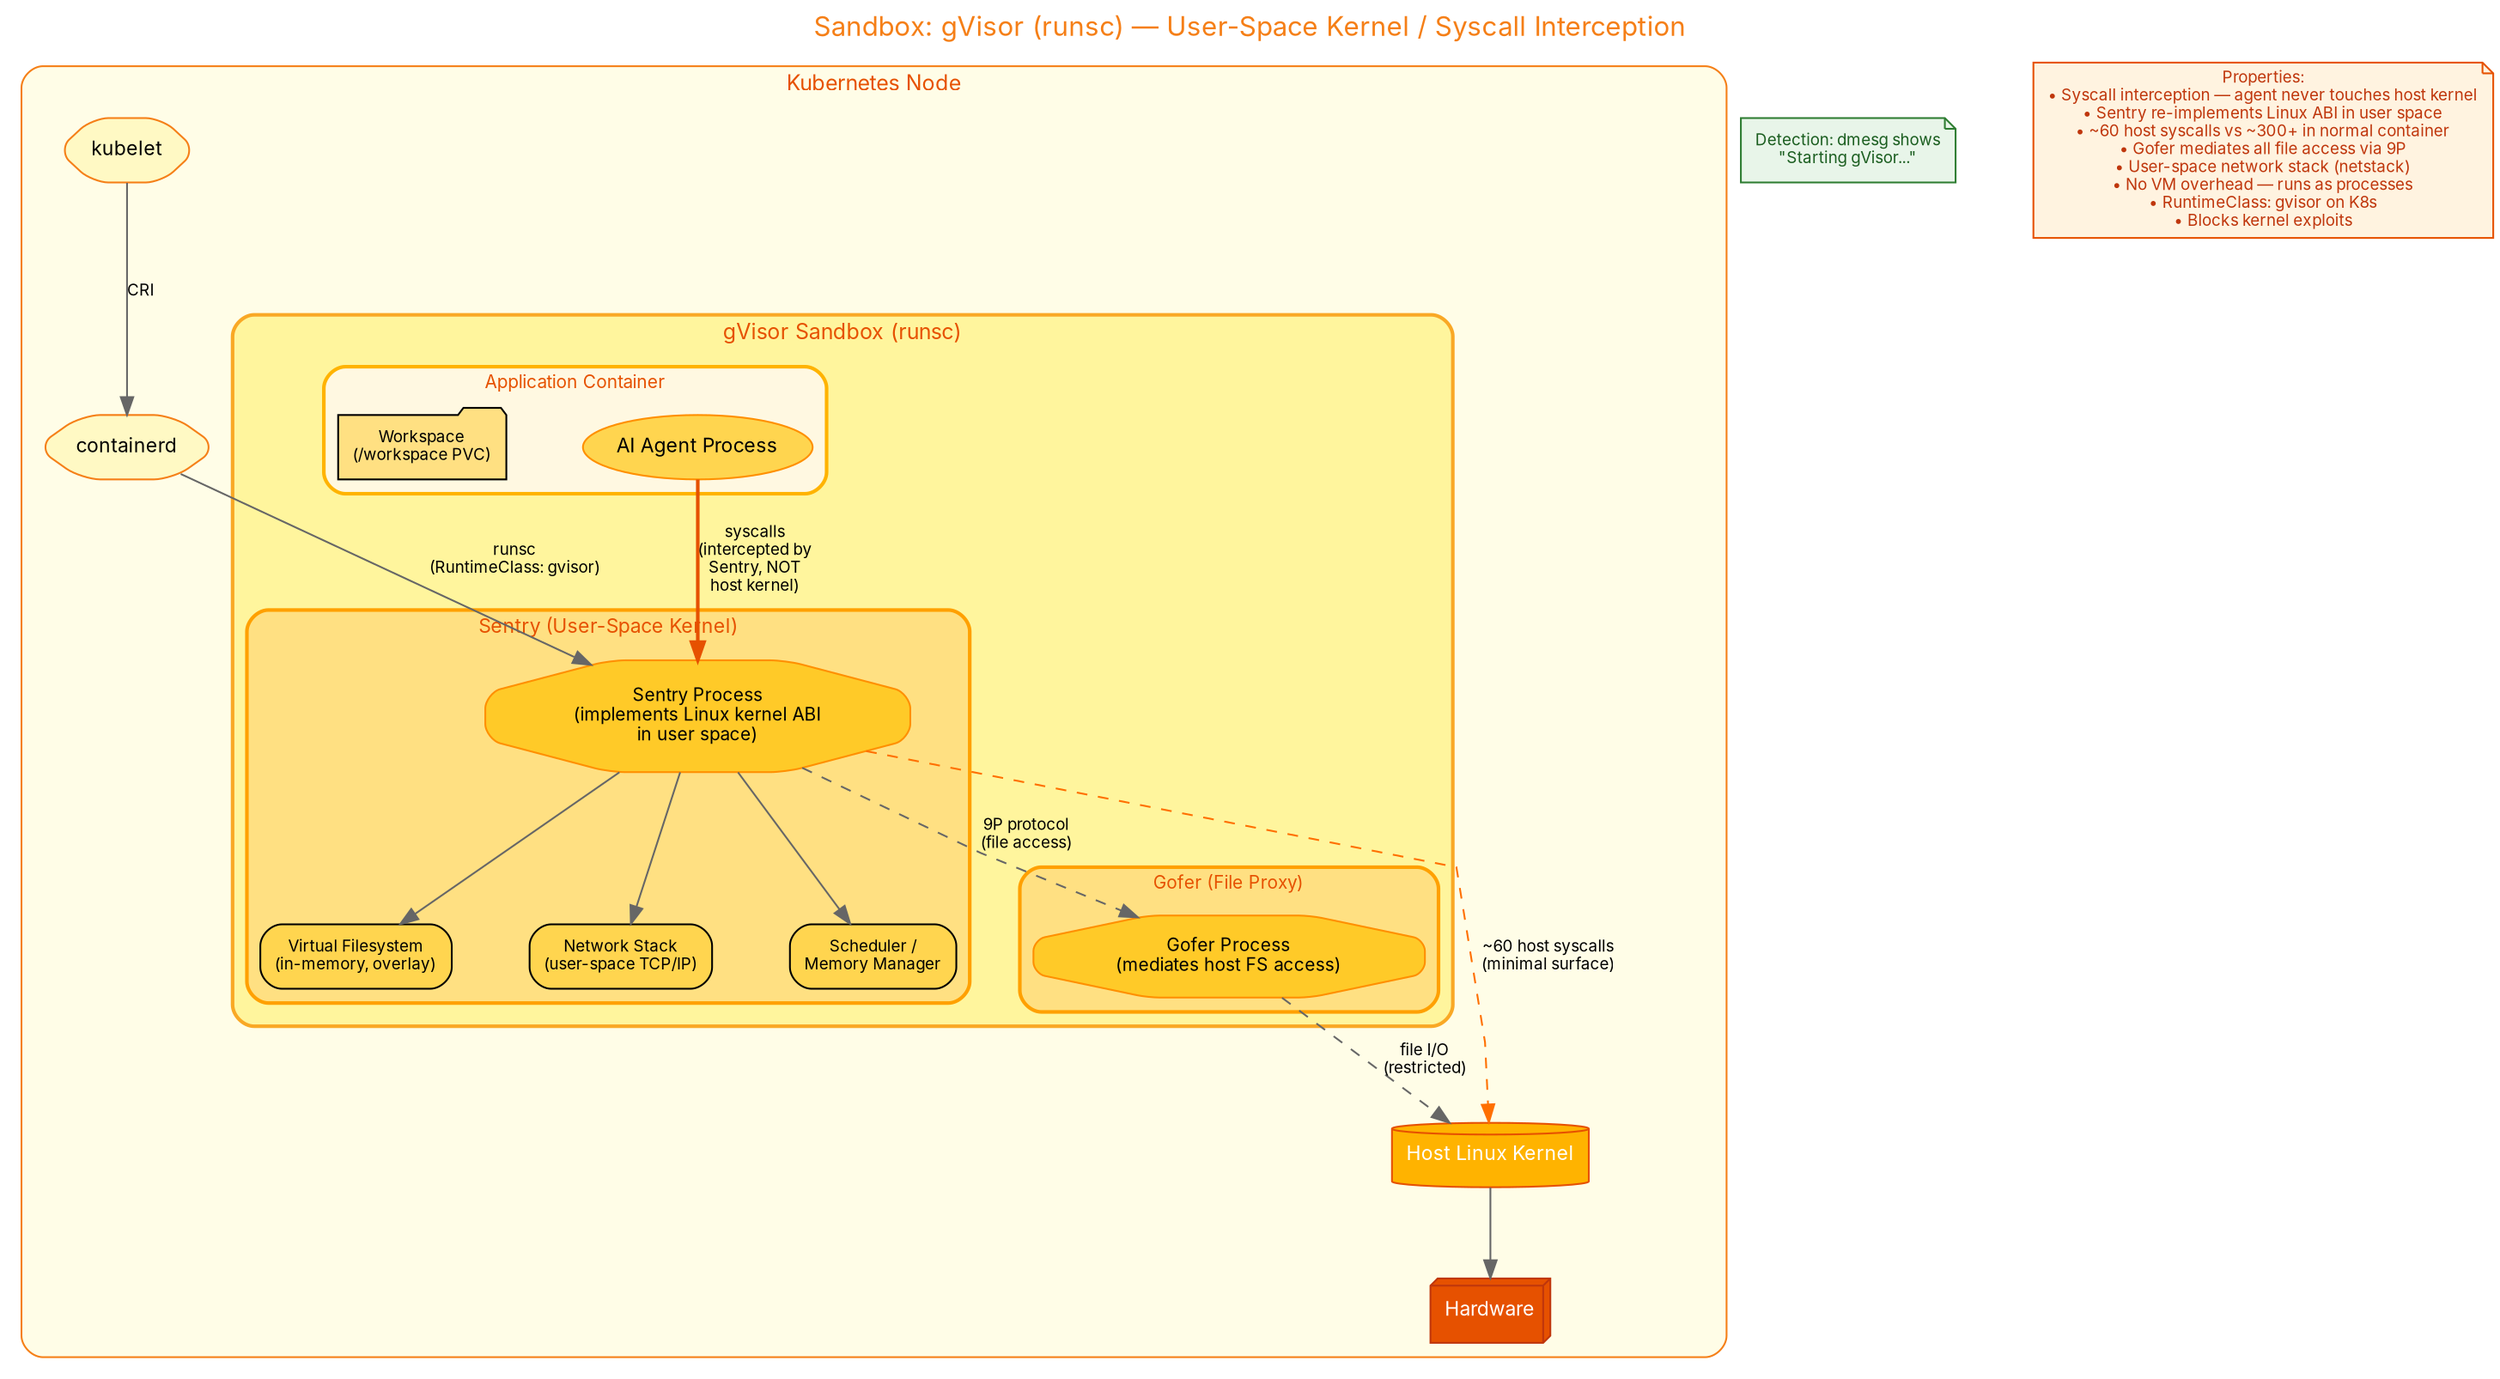
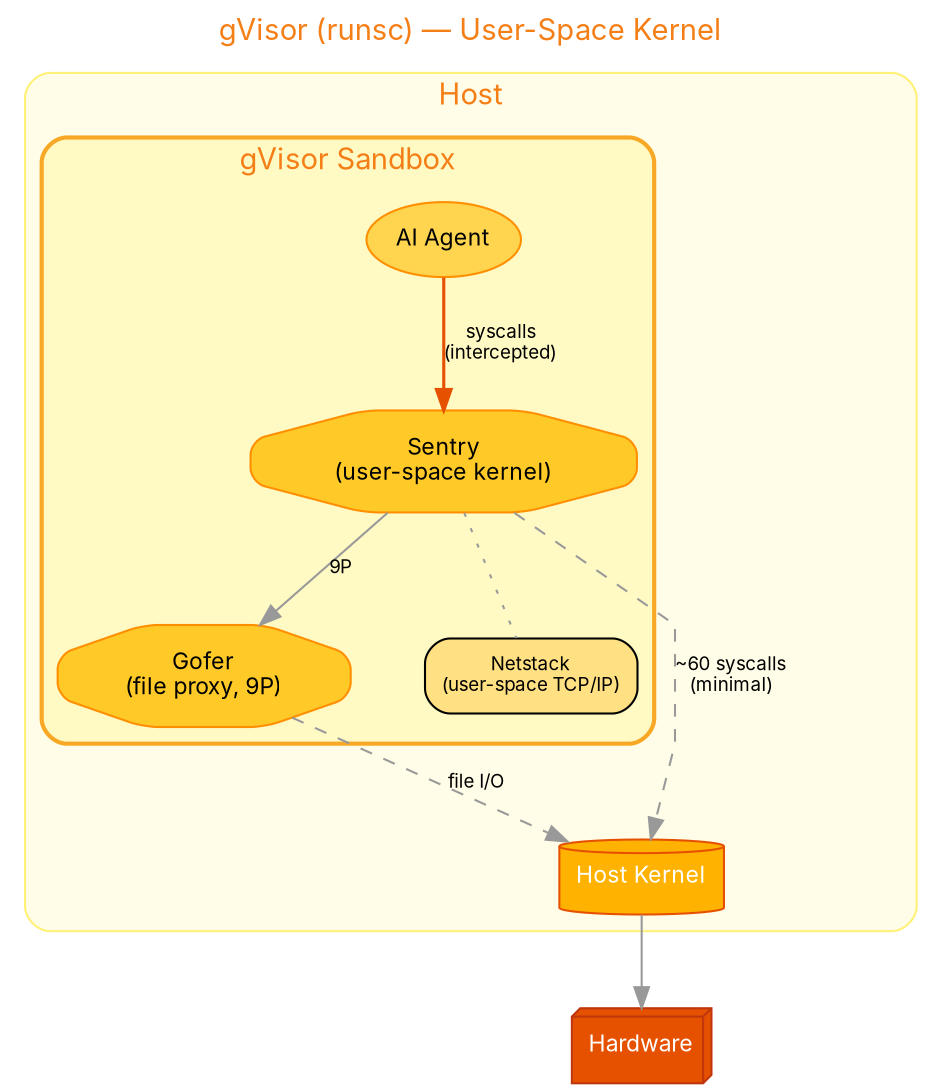
digraph SandboxGVisor {
  rankdir=TB;
-   compound=true;
  splines=polyline;
-   nodesep=0.6;
-   ranksep=0.7;
+   nodesep=0.5;
+   ranksep=0.6;
  bgcolor="white";

  node [shape=box, style="rounded,filled", fontname="Inter,Helvetica,Arial", fontsize=11];
-   edge [fontname="Inter,Helvetica,Arial", fontsize=9, color="#666666"];
+   edge [fontname="Inter,Helvetica,Arial", fontsize=9, color="#999999"];

-   label="Sandbox: gVisor (runsc) — User-Space Kernel / Syscall Interception";
+   label="gVisor (runsc) — User-Space Kernel";
  labelloc=t;
-   fontsize=15;
+   fontsize=14;
  fontname="Inter,Helvetica,Arial";
  fontcolor="#f57f17";

-   subgraph cluster_node {
-     label="Kubernetes Node";
+   subgraph cluster_host {
+     label="Host";
    style="rounded,filled";
    fillcolor="#fffde7";
-     color="#f57f17";
-     fontcolor="#e65100";
-     fontsize=12;
- 
-     kubelet [label="kubelet", fillcolor="#fff9c4", color="#f57f17", shape=hexagon];
-     containerd [label="containerd", fillcolor="#fff9c4", color="#f57f17", shape=hexagon];
+     color="#fff176";

    subgraph cluster_gvisor {
-       label="gVisor Sandbox (runsc)";
+       label="gVisor Sandbox";
      style="rounded,bold,filled";
-       fillcolor="#fff59d";
+       fillcolor="#fff9c4";
      color="#f9a825";
-       fontcolor="#e65100";
-       fontsize=12;
      penwidth=2;

-       subgraph cluster_sentry {
-         label="Sentry (User-Space Kernel)";
-         style="rounded,filled";
-         fillcolor="#ffe082";
-         color="#ffa000";
-         fontcolor="#e65100";
-         fontsize=11;
+       agent [label="AI Agent", fillcolor="#ffd54f", color="#ff8f00", shape=ellipse];

-         sentry [label="Sentry Process\n(implements Linux kernel ABI\nin user space)", fillcolor="#ffca28", color="#ff8f00", shape=octagon, fontsize=10];
-         vfs [label="Virtual Filesystem\n(in-memory, overlay)", fillcolor="#ffd54f", fontsize=9];
-         netstack [label="Network Stack\n(user-space TCP/IP)", fillcolor="#ffd54f", fontsize=9];
-         sched [label="Scheduler /\nMemory Manager", fillcolor="#ffd54f", fontsize=9];
-       }
- 
-       subgraph cluster_gofer {
-         label="Gofer (File Proxy)";
-         style="rounded,filled";
-         fillcolor="#ffe082";
-         color="#ffa000";
-         fontcolor="#e65100";
-         fontsize=10;
- 
-         gofer [label="Gofer Process\n(mediates host FS access)", fillcolor="#ffca28", color="#ff8f00", shape=octagon, fontsize=10];
-       }
- 
-       subgraph cluster_app {
-         label="Application Container";
-         style="rounded,filled";
-         fillcolor="#fff8e1";
-         color="#ffb300";
-         fontsize=10;
- 
-         agent [label="AI Agent Process", fillcolor="#ffd54f", color="#ff8f00", shape=ellipse];
-         workspace [label="Workspace\n(/workspace PVC)", fillcolor="#ffe082", fontsize=9, shape=folder];
-       }
+       sentry [label="Sentry\n(user-space kernel)", fillcolor="#ffca28", color="#ff8f00", shape=octagon];
+       gofer [label="Gofer\n(file proxy, 9P)", fillcolor="#ffca28", color="#ff8f00", shape=octagon];
+       netstack [label="Netstack\n(user-space TCP/IP)", fillcolor="#ffe082", fontsize=9];
    }

-     host_kernel [label="Host Linux Kernel", fillcolor="#ffb300", color="#e65100", fontcolor=white, shape=cylinder];
-     hw [label="Hardware", fillcolor="#e65100", fontcolor=white, color="#bf360c", shape=box3d];
+     host_kernel [label="Host Kernel", fillcolor="#ffb300", color="#e65100", shape=cylinder, fontcolor=white];
  }

-   // K8s flow
-   kubelet -> containerd [label="CRI"];
-   containerd -> sentry [label="runsc\n(RuntimeClass: gvisor)"];
+   hw [label="Hardware", fillcolor="#e65100", fontcolor=white, color="#bf360c", shape=box3d];

-   // Agent syscalls go to Sentry, NOT host kernel
-   agent -> sentry [label="syscalls\n(intercepted by\nSentry, NOT\nhost kernel)", color="#e65100", penwidth=2];
-   sentry -> vfs;
-   sentry -> netstack;
-   sentry -> sched;
- 
-   // Sentry makes limited syscalls to host
-   sentry -> host_kernel [label="~60 host syscalls\n(minimal surface)", style=dashed, color="#ff6f00"];
- 
-   // Gofer mediates filesystem
-   sentry -> gofer [label="9P protocol\n(file access)", style=dashed];
-   gofer -> host_kernel [label="file I/O\n(restricted)", style=dashed];
- 
+   agent -> sentry [label="syscalls\n(intercepted)", color="#e65100", penwidth=1.5];
+   sentry -> netstack [style=dotted, arrowhead=none];
+   sentry -> gofer [label="9P"];
+   sentry -> host_kernel [label="~60 syscalls\n(minimal)", style=dashed];
+   gofer -> host_kernel [label="file I/O", style=dashed];
  host_kernel -> hw;
- 
-   // Detection
-   detect [label="Detection: dmesg shows\n\"Starting gVisor...\"", shape=note, fillcolor="#e8f5e9", color="#2e7d32", fontsize=9, fontcolor="#1b5e20"];
- 
-   props [label="Properties:\n• Syscall interception — agent never touches host kernel\n• Sentry re-implements Linux ABI in user space\n• ~60 host syscalls vs ~300+ in normal container\n• Gofer mediates all file access via 9P\n• User-space network stack (netstack)\n• No VM overhead — runs as processes\n• RuntimeClass: gvisor on K8s\n• Blocks kernel exploits", shape=note, fillcolor="#fff3e0", color="#e65100", fontsize=9, fontcolor="#bf360c"];
}
